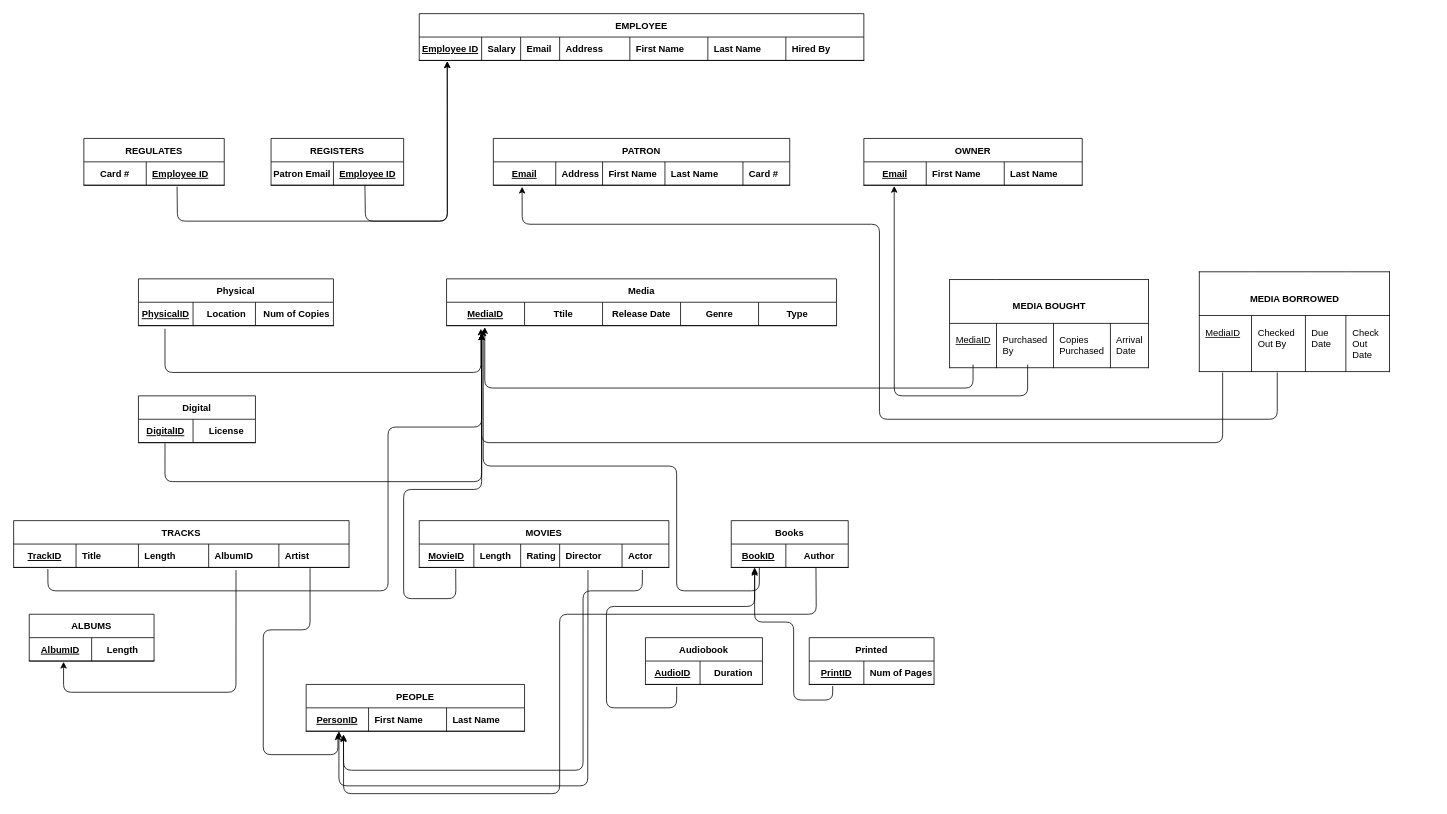
Andrew-Wong-150/CSE-3241-Database keeps this draw.io diagram as Database.drawio. Above is the earlier version. Source tidied: cells renumbered, new cells numbered last; positions are measured from the earlier drawing's top-left corner, leaving out a move shared by most shapes. Both pictures are drawn from the tidied source at 78%, with x=0, y=0 at pixel (13, 13).
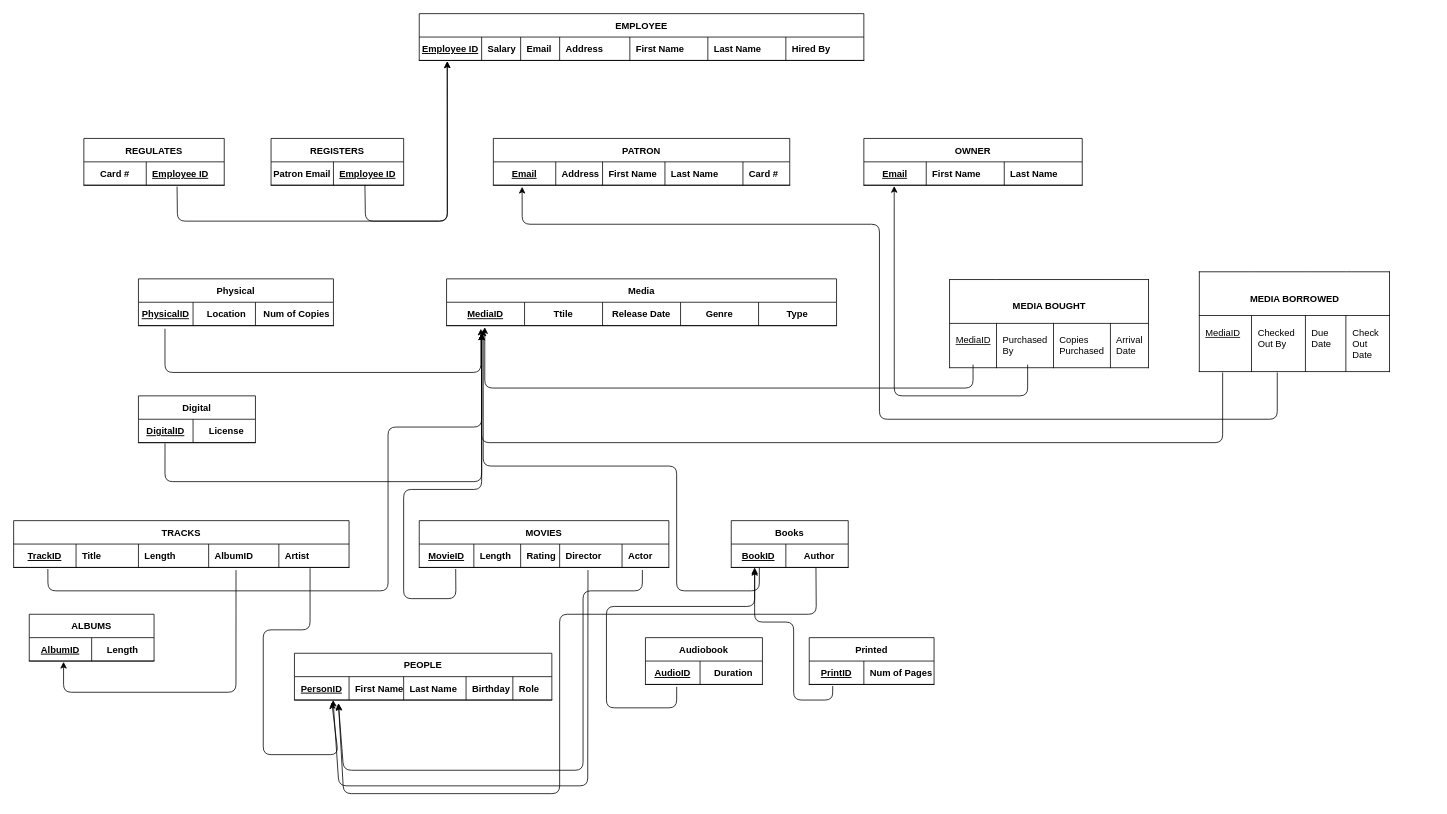
The same page after the edit.

Diff of the diagram source:
```diff
@@
     <mxCell id="45" value="PEOPLE" style="shape=table;startSize=30;childLayout=tableLayout;rowLines=0;fontStyle=1;align=center;" parent="1" vertex="1">
-      <mxGeometry x="375" y="860" width="280" height="60" as="geometry" />
+      <mxGeometry x="360" y="820" width="330" height="60" as="geometry" />
     </mxCell>
     <mxCell id="46" style="shape=partialRectangle;fillColor=none;top=0;left=0;bottom=1;right=0;points=[[0,0.5],[1,0.5]];portConstraint=eastwest;" parent="45" vertex="1">
-      <mxGeometry y="30" width="280" height="30" as="geometry" />
+      <mxGeometry y="30" width="330" height="30" as="geometry" />
     </mxCell>
     <mxCell id="47" value="PersonID" style="shape=partialRectangle;fillColor=none;top=0;left=0;bottom=0;right=0;fontStyle=5;overflow=hidden;" parent="46" vertex="1">
-      <mxGeometry width="80" height="30" as="geometry" />
+      <mxGeometry width="70" height="30" as="geometry" />
     </mxCell>
     <mxCell id="48" value="First Name" style="shape=partialRectangle;fillColor=none;top=0;left=0;bottom=0;right=0;align=left;spacingLeft=6;fontStyle=1;overflow=hidden;" parent="46" vertex="1">
-      <mxGeometry x="80" width="100" height="30" as="geometry" />
+      <mxGeometry x="70" width="70" height="30" as="geometry" />
     </mxCell>
     <mxCell id="49" value="Last Name" style="shape=partialRectangle;fillColor=none;top=0;left=0;bottom=0;right=0;align=left;spacingLeft=6;fontStyle=1;overflow=hidden;" parent="46" vertex="1">
-      <mxGeometry x="180" width="100" height="30" as="geometry" />
+      <mxGeometry x="140" width="80" height="30" as="geometry" />
     </mxCell>
+    <mxCell id="102" value="Birthday" style="shape=partialRectangle;fillColor=none;top=0;left=0;bottom=0;right=0;align=left;spacingLeft=6;fontStyle=1;overflow=hidden;" parent="46" vertex="1">
+      <mxGeometry x="220" width="60" height="30" as="geometry" />
+    </mxCell>
+    <mxCell id="103" value="Role" style="shape=partialRectangle;fillColor=none;top=0;left=0;bottom=0;right=0;align=left;spacingLeft=6;fontStyle=1;overflow=hidden;" parent="46" vertex="1">
+      <mxGeometry x="280" width="50" height="30" as="geometry" />
+    </mxCell>
```
